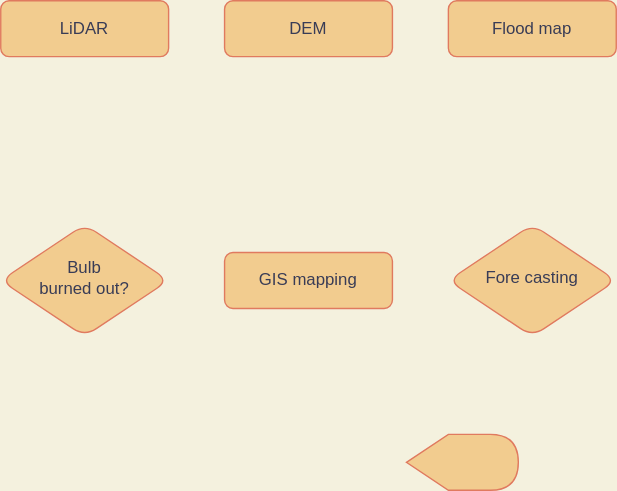
Above: Flow-Planning.drawio.svg in anixn/Diagrams.net (draw.io), before the change. Source tidied: cells renumbered, new cells last; positions are measured from the earlier drawing's top-left corner, leaving out a move shared by most shapes.
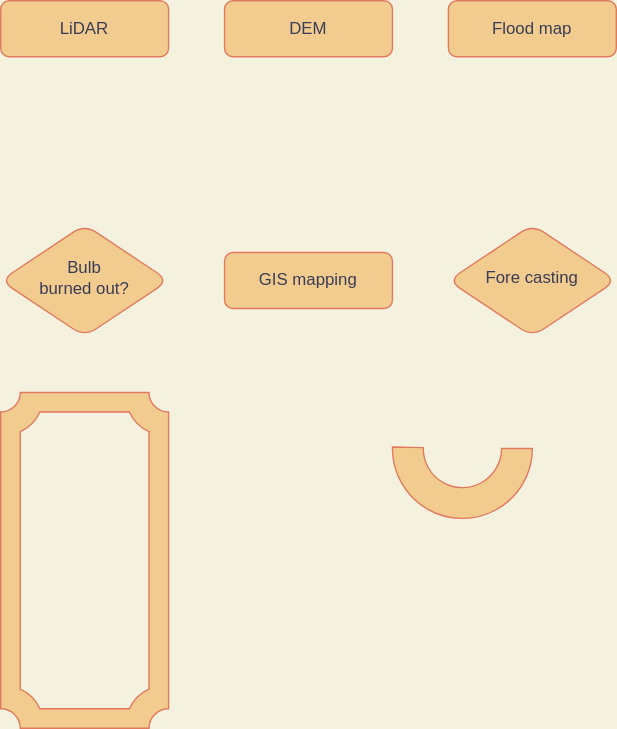
The same file after the commit.

The edit, as a diff of the source:
```diff
@@ -20,8 +20,11 @@
     <mxCell id="7" value="Flood map" style="rounded=1;whiteSpace=wrap;html=1;fontSize=12;glass=0;strokeWidth=1;shadow=0;fillColor=#F2CC8F;strokeColor=#E07A5F;fontColor=#393C56;" parent="1" vertex="1">
       <mxGeometry x="320" width="120" height="40" as="geometry" />
     </mxCell>
-    <mxCell id="8" style="shape=display;whiteSpace=wrap;html=1;rounded=1;fontSize=16;size=0.375;fillColor=#F2CC8F;strokeColor=#E07A5F;fontColor=#393C56;" parent="1" vertex="1">
-      <mxGeometry x="290" y="310" width="80" height="40" as="geometry" />
-    </mxCell>
+    <mxCell id="9" style="verticalLabelPosition=bottom;verticalAlign=top;html=1;shape=mxgraph.basic.plaque_frame;dx=14;fontColor=#393C56;strokeColor=#E07A5F;fillColor=#F2CC8F;direction=south;" parent="1" vertex="1">
+      <mxGeometry y="280" width="120" height="240" as="geometry" />
+    </mxCell>
+    <mxCell id="10" style="verticalLabelPosition=bottom;verticalAlign=top;html=1;shape=mxgraph.basic.partConcEllipse;startAngle=0.25;endAngle=0.7531826745504864;arcWidth=0.44;fontColor=#393C56;strokeColor=#E07A5F;fillColor=#F2CC8F;" parent="1" vertex="1">
+      <mxGeometry x="280" y="270" width="100" height="100" as="geometry" />
+    </mxCell>
   </root>
 </mxGraphModel>
```
